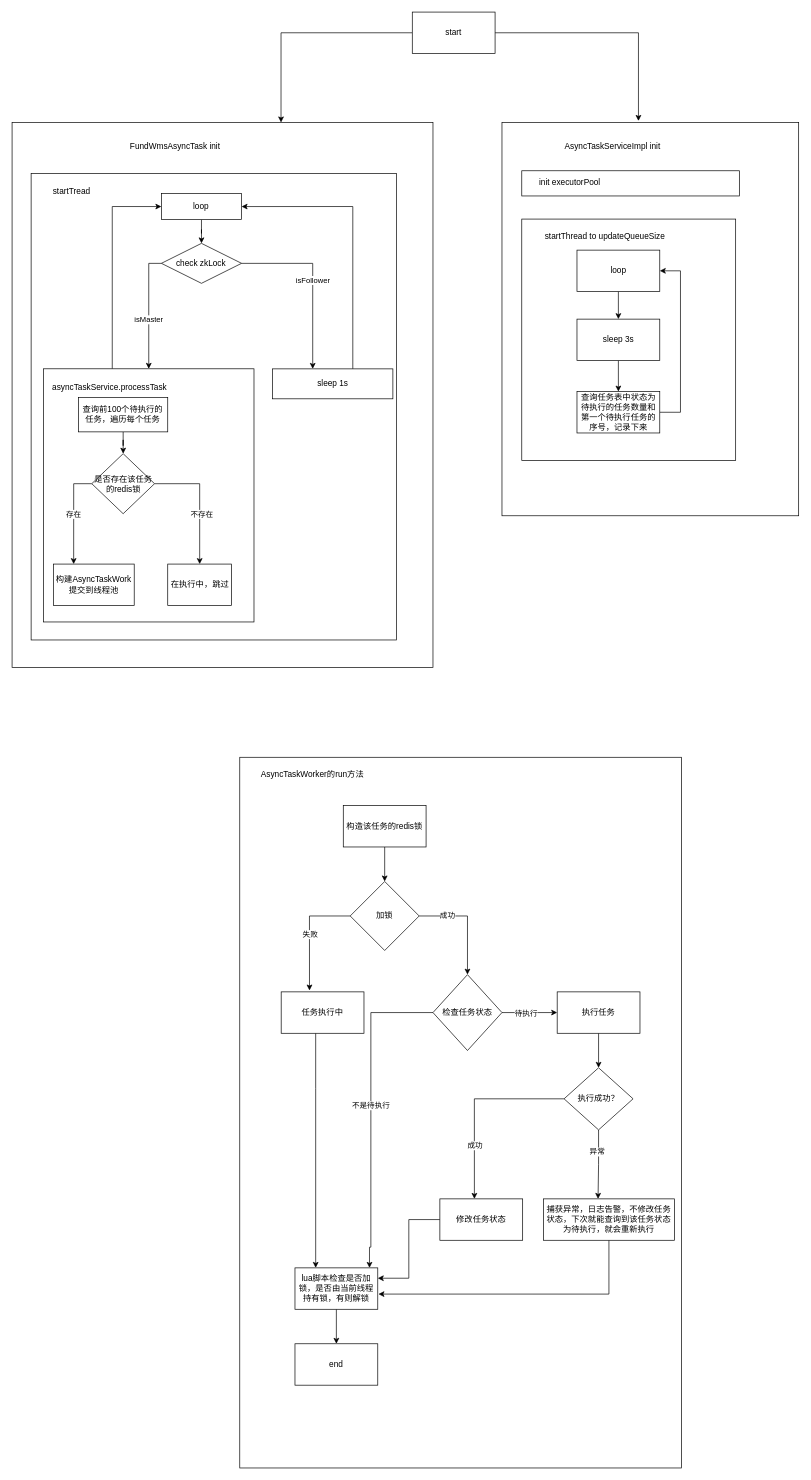
The draw.io diagram page "flow" (3 of 3) of fusionAsyncTsas.drawio in xiaomingcong/my-draw-io-chart, before the edit. Source tidied: cells renumbered, new cells numbered last; positions are measured from the earlier drawing's top-left corner, leaving out a move shared by most shapes. Both pictures are drawn from the tidied source at 69%, with x=0, y=0 at pixel (12, 12).
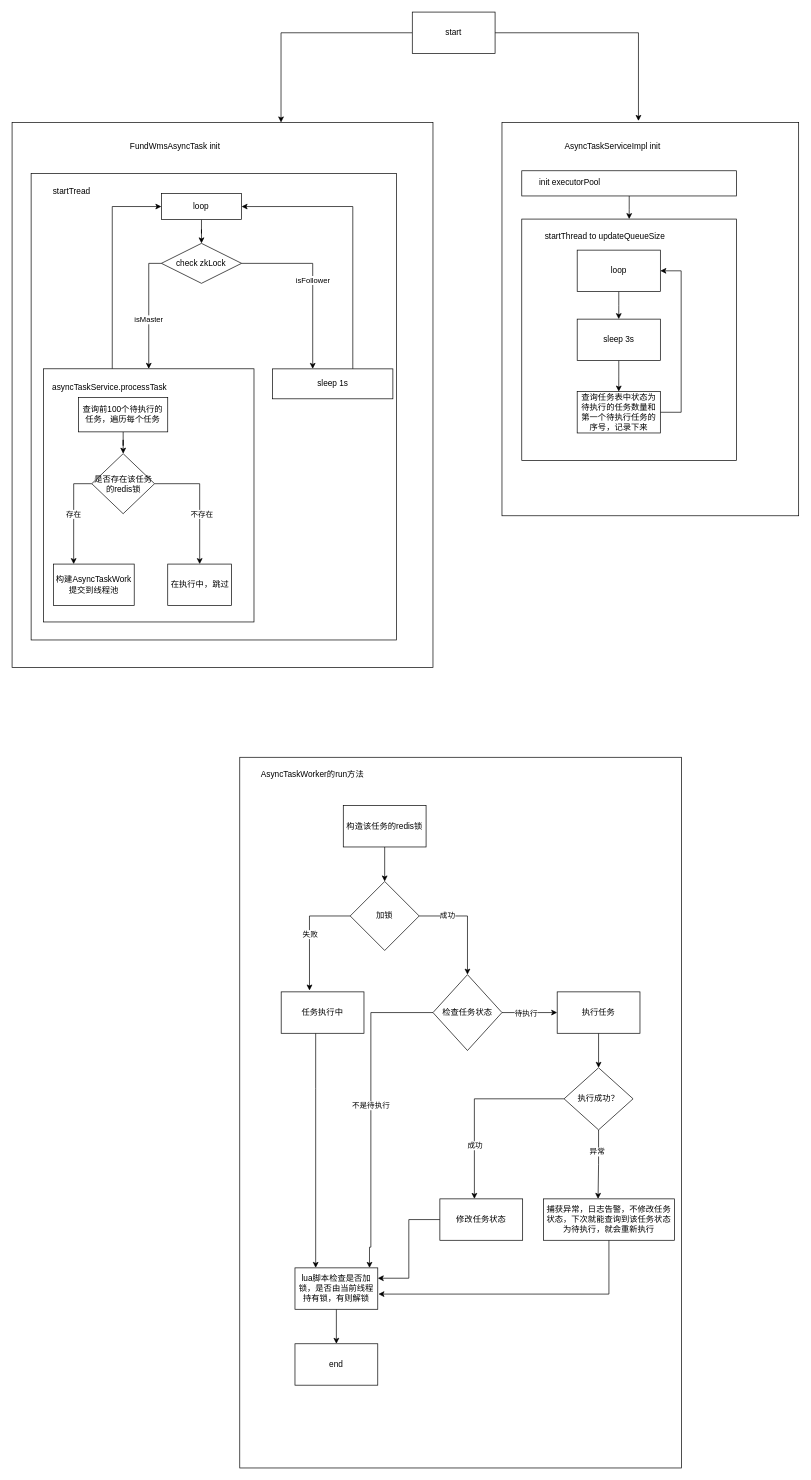
After the change.

Unchanged cells that the change refers to:
```xml
<mxCell id="28" style="whiteSpace=wrap;html=1;" parent="1" vertex="1">
  <mxGeometry x="710" y="160" width="430" height="570" as="geometry" />
</mxCell>
```

What changed in the source:
```diff
@@
+    <mxCell id="70" style="edgeStyle=orthogonalEdgeStyle;rounded=0;jettySize=auto;html=1;entryX=0.5;entryY=0;entryDx=0;entryDy=0;" parent="28" edge="1" source="29" target="31">
+      <mxGeometry relative="1" as="geometry" />
+    </mxCell>
     <mxCell id="29" style="whiteSpace=wrap;html=1;" parent="28" vertex="1">
-      <mxGeometry x="28.7" y="70" width="315.3" height="36.5" as="geometry" />
+      <mxGeometry x="28.7" y="70" width="311.3" height="36.5" as="geometry" />
     </mxCell>
     <mxCell id="30" value="init executorPool" style="text;html=1;align=center;verticalAlign=middle;strokeColor=none;fillColor=none;" parent="29" vertex="1">
-      <mxGeometry x="14.3" y="2.3" width="110" height="30" as="geometry" />
+      <mxGeometry x="14.2" y="2.3" width="110" height="30" as="geometry" />
     </mxCell>
     <mxCell id="31" style="whiteSpace=wrap;html=1;" parent="28" vertex="1">
-      <mxGeometry x="28.7" y="140" width="310" height="350" as="geometry" />
+      <mxGeometry x="28.7" y="140" width="311.3" height="350" as="geometry" />
     </mxCell>
@@
     <mxCell id="33" value="sleep 3s" style="whiteSpace=wrap;html=1;" parent="31" vertex="1">
-      <mxGeometry x="80" y="145" width="120" height="60" as="geometry" />
+      <mxGeometry x="80.3" y="145" width="120.5" height="60" as="geometry" />
     </mxCell>
     <mxCell id="34" style="edgeStyle=orthogonalEdgeStyle;rounded=0;jettySize=auto;html=1;entryX=1;entryY=0.5;entryDx=0;entryDy=0;" parent="31" edge="1" source="35" target="37">
       <mxGeometry relative="1" as="geometry">
         <Array as="points">
-          <mxPoint x="230" y="280" />
-          <mxPoint x="230" y="75" />
+          <mxPoint x="231" y="280" />
+          <mxPoint x="231" y="75" />
         </Array>
       </mxGeometry>
     </mxCell>
     <mxCell id="35" value="查询任务表中状态为待执行的任务数量和第一个待执行任务的序号，记录下来" style="whiteSpace=wrap;html=1;" parent="31" vertex="1">
-      <mxGeometry x="80" y="250" width="120" height="60" as="geometry" />
+      <mxGeometry x="80.3" y="250" width="120.5" height="60" as="geometry" />
     </mxCell>
@@
     <mxCell id="37" value="loop" style="whiteSpace=wrap;html=1;" parent="31" vertex="1">
-      <mxGeometry x="80" y="45" width="120" height="60" as="geometry" />
+      <mxGeometry x="80.3" y="45" width="120.5" height="60" as="geometry" />
     </mxCell>
     <mxCell id="38" value="startThread to updateQueueSize" style="text;html=1;align=center;verticalAlign=middle;strokeColor=none;fillColor=none;" parent="31" vertex="1">
-      <mxGeometry x="20" y="10" width="200" height="30" as="geometry" />
+      <mxGeometry x="20.1" y="10" width="200" height="30" as="geometry" />
     </mxCell>
```
